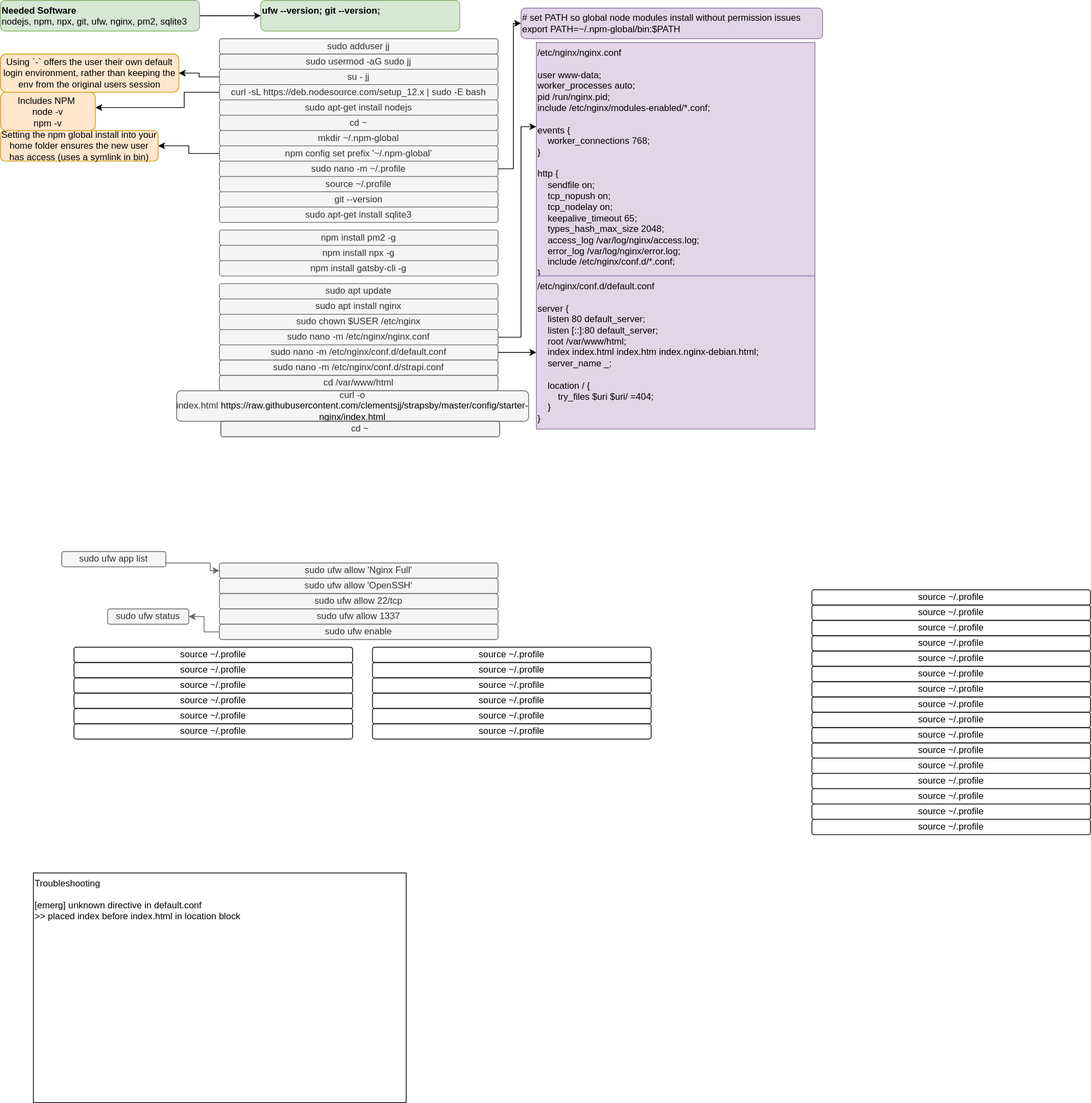
Above: svg/nginx-production.svg in clementsjj/strapsby (draw.io), before the change. Source tidied: cells renumbered, new cells last; positions are measured from the earlier drawing's top-left corner, leaving out a move shared by most shapes.
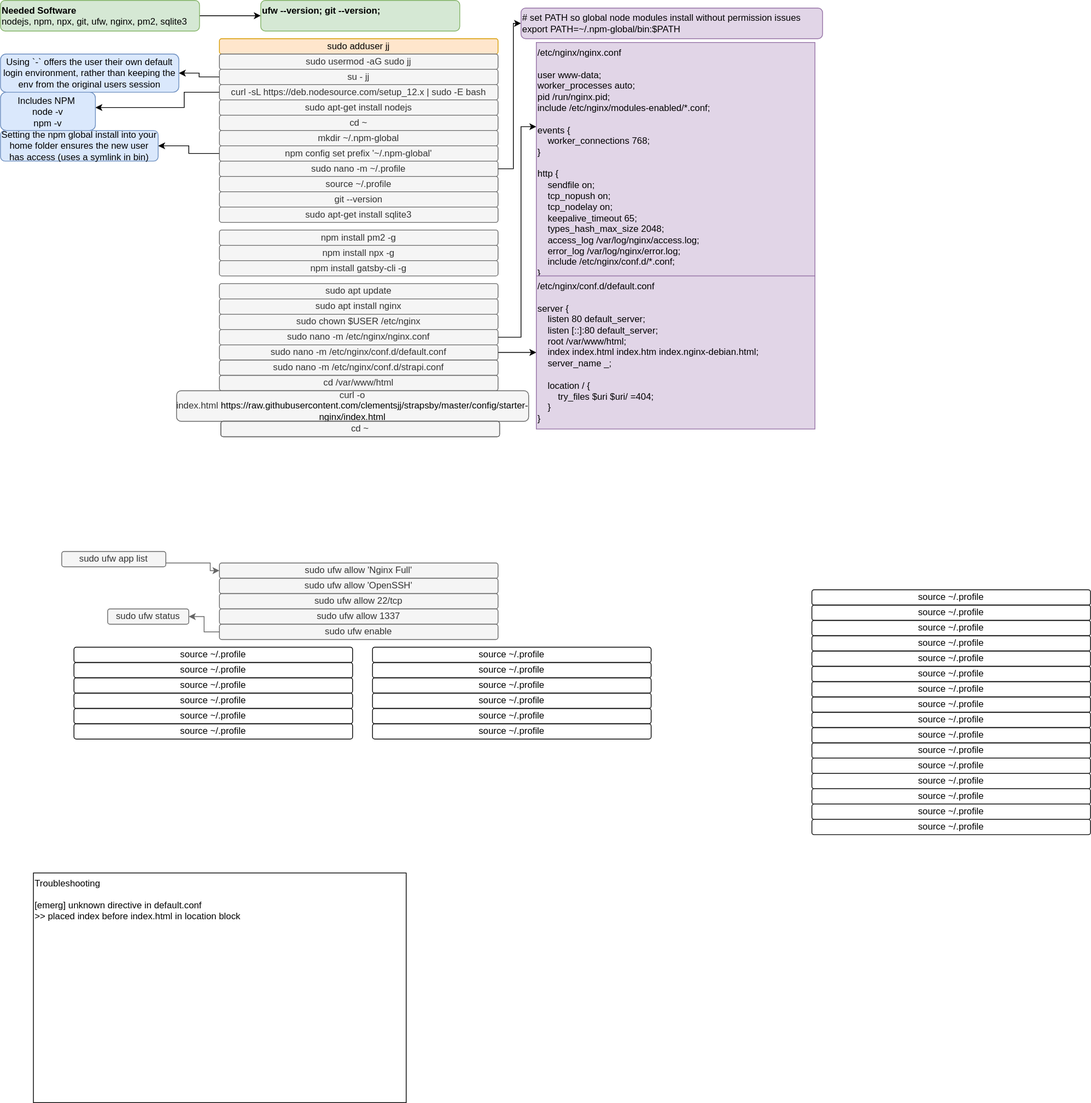
The same file after the commit.

What changed in the source:
```diff
@@ -2,7 +2,7 @@
   <root>
     <mxCell id="0" />
     <mxCell id="1" parent="0" />
-    <mxCell id="2" value="sudo adduser jj" style="text;html=1;align=center;verticalAlign=middle;whiteSpace=wrap;rounded=1;glass=0;fillColor=#f5f5f5;strokeColor=#666666;fontColor=#333333;" parent="1" vertex="1">
+    <mxCell id="2" value="sudo adduser jj" style="text;html=1;align=center;verticalAlign=middle;whiteSpace=wrap;rounded=1;glass=0;fillColor=#ffe6cc;strokeColor=#d79b00;" parent="1" vertex="1">
       <mxGeometry x="286" y="50" width="364" height="20" as="geometry" />
     </mxCell>
     <mxCell id="3" style="edgeStyle=orthogonalEdgeStyle;rounded=0;jettySize=auto;html=1;fontFamily=Helvetica;" parent="1" edge="1" source="4" target="5">
@@ -23,7 +23,7 @@
     <mxCell id="8" value="su - jj" style="text;html=1;strokeColor=#666666;fillColor=#f5f5f5;align=center;verticalAlign=middle;whiteSpace=wrap;rounded=1;glass=0;fontColor=#333333;" parent="1" vertex="1">
       <mxGeometry x="286" y="90" width="364" height="20" as="geometry" />
     </mxCell>
-    <mxCell id="9" value="Using `-` offers the user their own default login environment, rather than keeping the env from the original users session" style="text;html=1;strokeColor=#d79b00;fillColor=#ffe6cc;align=center;verticalAlign=middle;whiteSpace=wrap;rounded=1;glass=0;" parent="1" vertex="1">
+    <mxCell id="9" value="Using `-` offers the user their own default login environment, rather than keeping the env from the original users session" style="text;html=1;strokeColor=#6c8ebf;fillColor=#dae8fc;align=center;verticalAlign=middle;whiteSpace=wrap;rounded=1;glass=0;" parent="1" vertex="1">
       <mxGeometry y="70" width="233" height="50" as="geometry" />
     </mxCell>
     <mxCell id="10" style="edgeStyle=orthogonalEdgeStyle;rounded=0;jettySize=auto;html=1;fontFamily=Helvetica;" parent="1" edge="1" source="11" target="12">
@@ -37,7 +37,7 @@
     <mxCell id="11" value="&lt;p style=&quot;box-sizing: border-box ; margin-top: 0px ; margin-bottom: 0px ; overflow-wrap: normal ; padding: 16px ; overflow: auto ; line-height: 120% ; border-radius: 3px ; word-break: normal&quot;&gt;curl -sL https://deb.nodesource.com/setup_12.x &lt;span class=&quot;pl-k&quot; style=&quot;box-sizing: border-box&quot;&gt;|&lt;/span&gt; sudo -E bash&lt;/p&gt;" style="text;html=1;strokeColor=#666666;fillColor=#f5f5f5;align=center;verticalAlign=middle;whiteSpace=wrap;rounded=1;glass=0;fontFamily=Helvetica;spacingTop=2;spacingBottom=2;spacing=0;fontColor=#333333;" parent="1" vertex="1">
       <mxGeometry x="286" y="110" width="364" height="20" as="geometry" />
     </mxCell>
-    <mxCell id="12" value="Includes NPM &#10;node -v&#10;npm -v" style="text;strokeColor=#d79b00;fillColor=#ffe6cc;align=center;verticalAlign=middle;whiteSpace=wrap;rounded=1;glass=0;fontFamily=Helvetica;spacingTop=0;spacingBottom=-1;spacing=2;" parent="1" vertex="1">
+    <mxCell id="12" value="Includes NPM &#10;node -v&#10;npm -v" style="text;strokeColor=#6c8ebf;fillColor=#dae8fc;align=center;verticalAlign=middle;whiteSpace=wrap;rounded=1;glass=0;fontFamily=Helvetica;spacingTop=0;spacingBottom=-1;spacing=2;" parent="1" vertex="1">
       <mxGeometry y="120" width="124" height="50" as="geometry" />
     </mxCell>
     <mxCell id="13" value="sudo apt-get install nodejs" style="text;html=1;strokeColor=#666666;fillColor=#f5f5f5;align=center;verticalAlign=middle;whiteSpace=wrap;rounded=1;glass=0;fontColor=#333333;" parent="1" vertex="1">
@@ -55,7 +55,7 @@
     <mxCell id="17" value="npm config set prefix '~/.npm-global'" style="text;html=1;strokeColor=#666666;fillColor=#f5f5f5;align=center;verticalAlign=middle;whiteSpace=wrap;rounded=1;glass=0;fontColor=#333333;" parent="1" vertex="1">
       <mxGeometry x="286" y="190" width="364" height="20" as="geometry" />
     </mxCell>
-    <mxCell id="18" value="Setting the npm global install into your home folder ensures the new user has access (uses a symlink in bin)" style="text;html=1;strokeColor=#d79b00;fillColor=#ffe6cc;align=center;verticalAlign=middle;whiteSpace=wrap;rounded=1;glass=0;" parent="1" vertex="1">
+    <mxCell id="18" value="Setting the npm global install into your home folder ensures the new user has access (uses a symlink in bin)" style="text;html=1;strokeColor=#6c8ebf;fillColor=#dae8fc;align=center;verticalAlign=middle;whiteSpace=wrap;rounded=1;glass=0;" parent="1" vertex="1">
       <mxGeometry y="170" width="206" height="40" as="geometry" />
     </mxCell>
     <mxCell id="19" style="edgeStyle=orthogonalEdgeStyle;rounded=0;jettySize=auto;html=1;fontFamily=Helvetica;" parent="1" edge="1" source="20" target="21">
```
